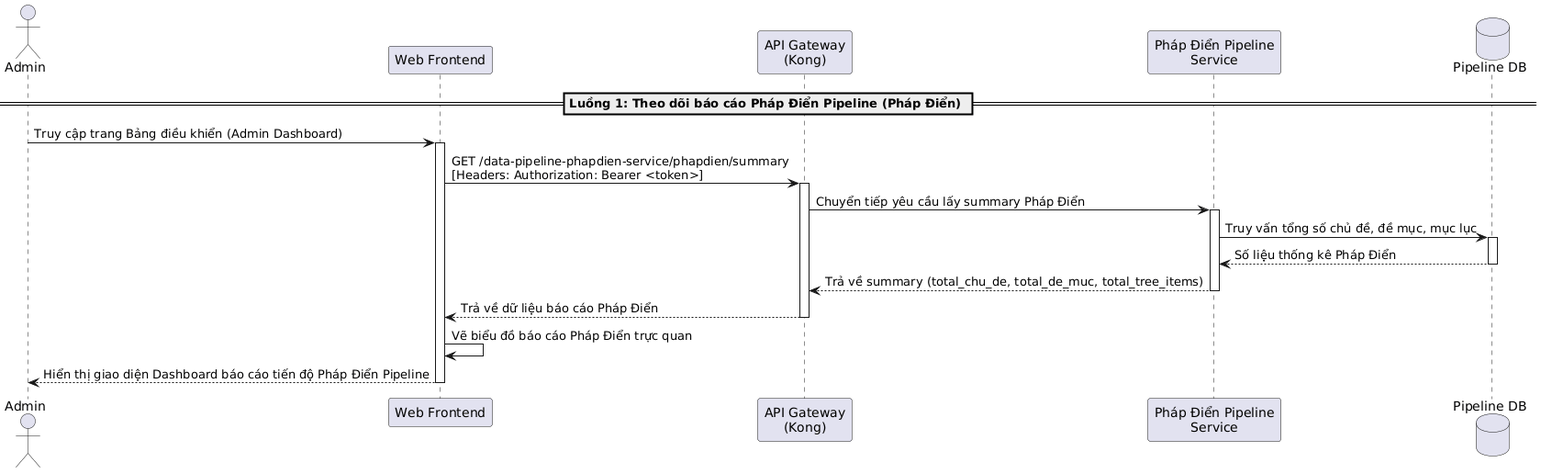
20206205Tech/docs-latex keeps this PlantUML diagram as latex/contents/Sequence/UML-Sequence-26.png. Above is the earlier version.
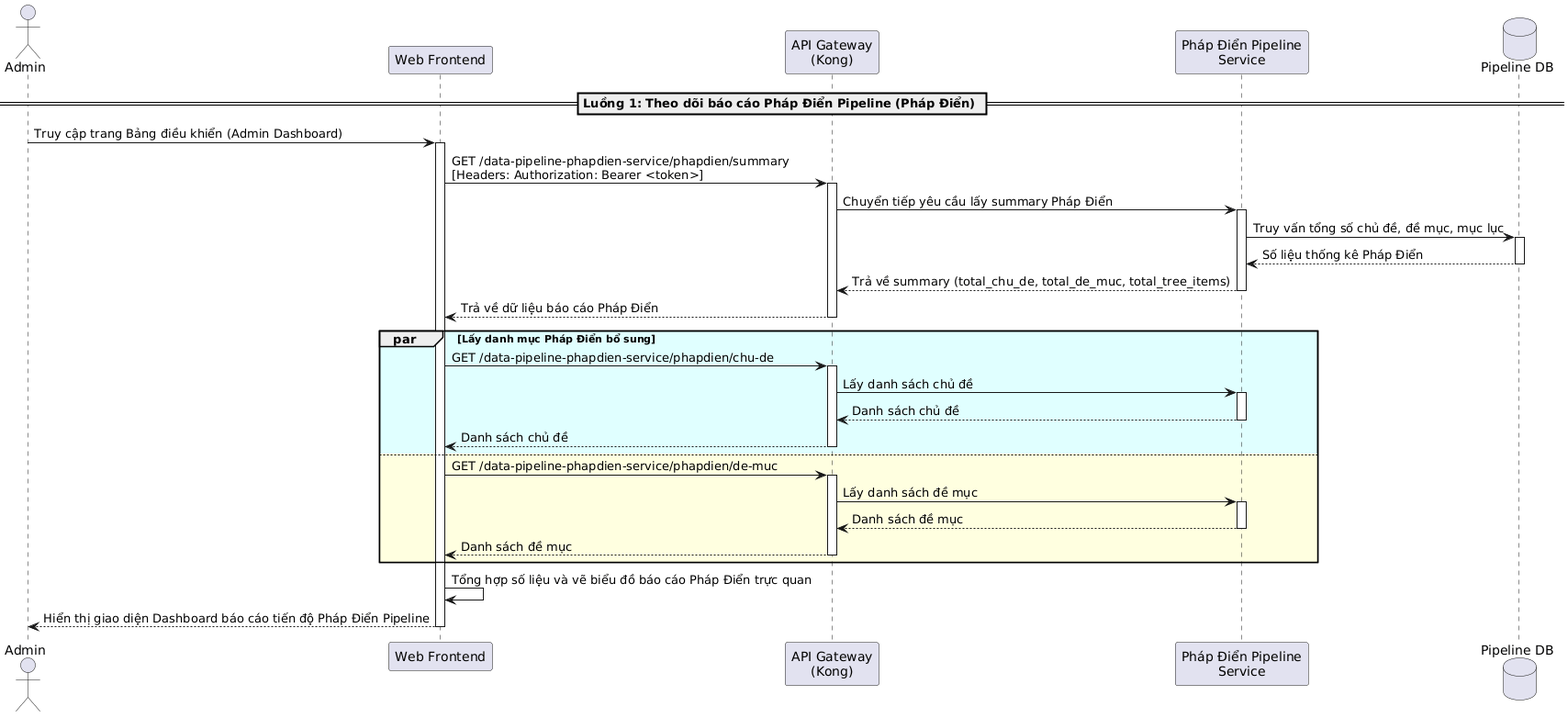
Later version of the same file.

The edit, as a diff of the source:
```diff
@@ -22,7 +22,27 @@
 Kong --> Frontend: Trả về dữ liệu báo cáo Pháp Điển
 deactivate Kong
 
-Frontend -> Frontend: Vẽ biểu đồ báo cáo Pháp Điển trực quan
+par #LightCyan Lấy danh mục Pháp Điển bổ sung
+    Frontend -> Kong: GET /data-pipeline-phapdien-service/phapdien/chu-de
+    activate Kong
+    Kong -> PhapDienService: Lấy danh sách chủ đề
+    activate PhapDienService
+    PhapDienService --> Kong: Danh sách chủ đề
+    deactivate PhapDienService
+    Kong --> Frontend: Danh sách chủ đề
+    deactivate Kong
+else #LightYellow
+    Frontend -> Kong: GET /data-pipeline-phapdien-service/phapdien/de-muc
+    activate Kong
+    Kong -> PhapDienService: Lấy danh sách đề mục
+    activate PhapDienService
+    PhapDienService --> Kong: Danh sách đề mục
+    deactivate PhapDienService
+    Kong --> Frontend: Danh sách đề mục
+    deactivate Kong
+end
+
+Frontend -> Frontend: Tổng hợp số liệu và vẽ biểu đồ báo cáo Pháp Điển trực quan
 Frontend --> Admin: Hiển thị giao diện Dashboard báo cáo tiến độ Pháp Điển Pipeline
 deactivate Frontend
 @enduml
```
